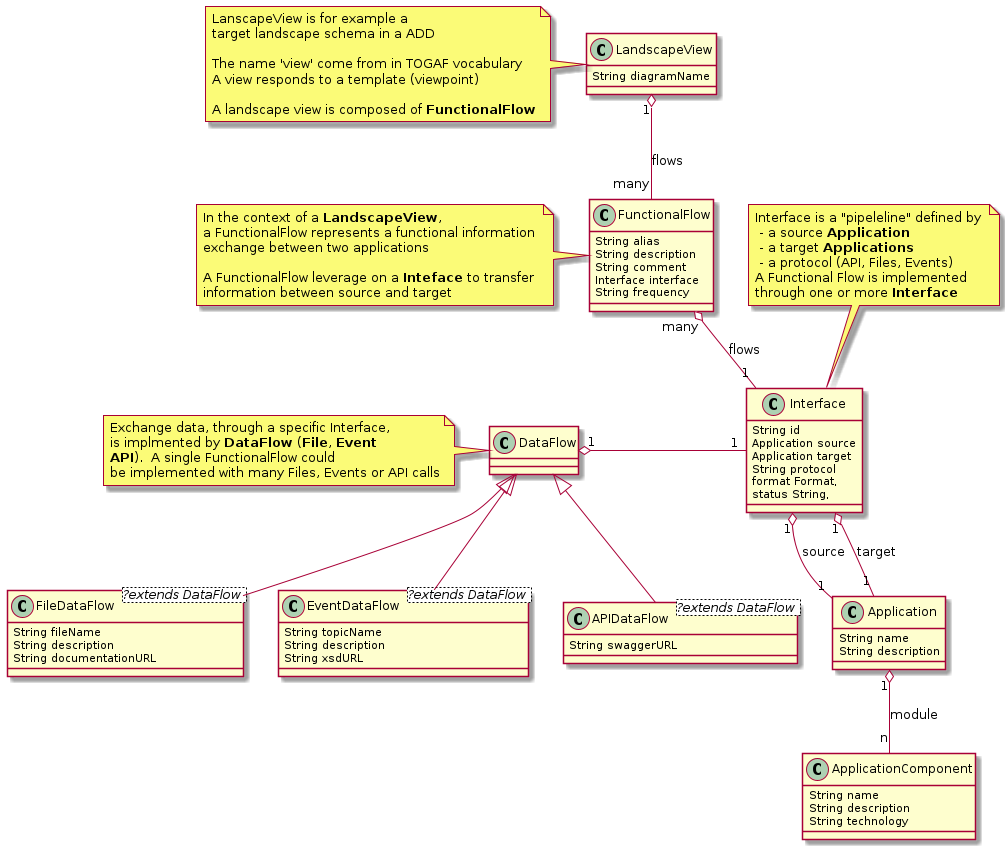
mauvaisetroupe/ea-design-it keeps this PlantUML diagram as documentation/metamodel/png/plantuml-eadesignit/plantuml-eadesignit.png. Above is the earlier version.
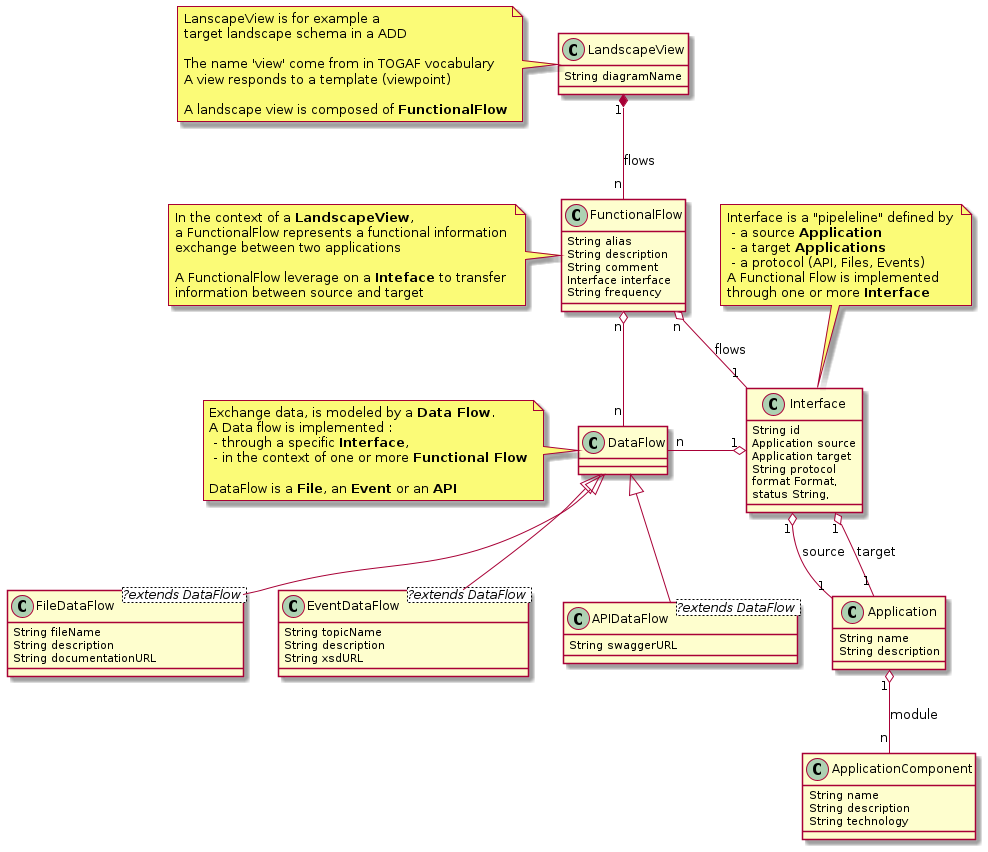
After the commit.

Commit message:
Add relationship dataflow / functionalflow

Diff of the diagram source:
```diff
@@ -1,7 +1,9 @@
 @startuml
-LandscapeView "1" o-down- "many" FunctionalFlow : flows
-FunctionalFlow "many" o-down- "1" Interface : flows
-DataFlow "1" o-right- "1" Interface
+LandscapeView "1" *-down- "n" FunctionalFlow : flows
+FunctionalFlow "n" o-down- "1" Interface : flows
+DataFlow "n" -right-o "1" Interface
+DataFlow "n" -up-o "n" FunctionalFlow
+
 
 
 
@@ -77,10 +79,12 @@
 Class DataFlow {
 }
 note left of DataFlow
-  Exchange data, through a specific Interface,
-  is implmented by <b>DataFlow</b> (<b>File</b>, <b>Event</b>
-  <b>API</b>).  A single FunctionalFlow could
-  be implemented with many Files, Events or API calls
+  Exchange data, is modeled by a <b>Data Flow</b>.
+  A Data flow is implemented :
+   - through a specific <b>Interface</b>,
+   - in the context of one or more <b>Functional Flow</b>
+
+  DataFlow is a <b>File</b>, an <b>Event</b> or an <b>API</b>
 end note
 
 
```
